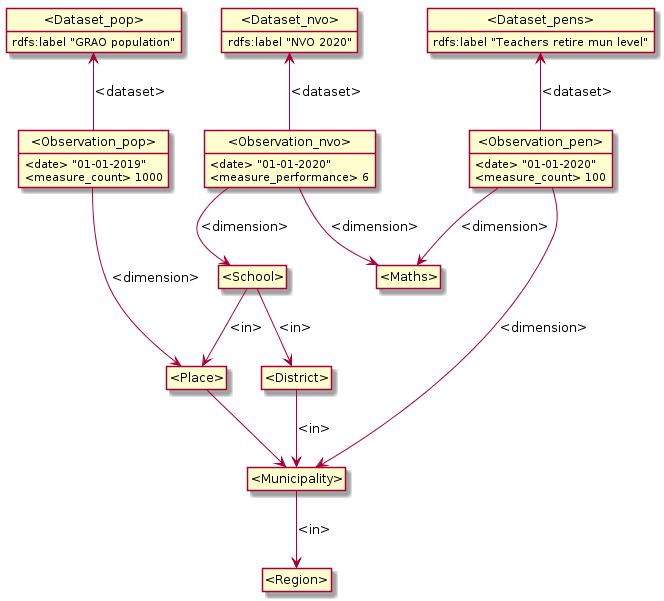
Above: model/high-level.png in data-for-good-bg/semantic-schools (PlantUML), before the change.
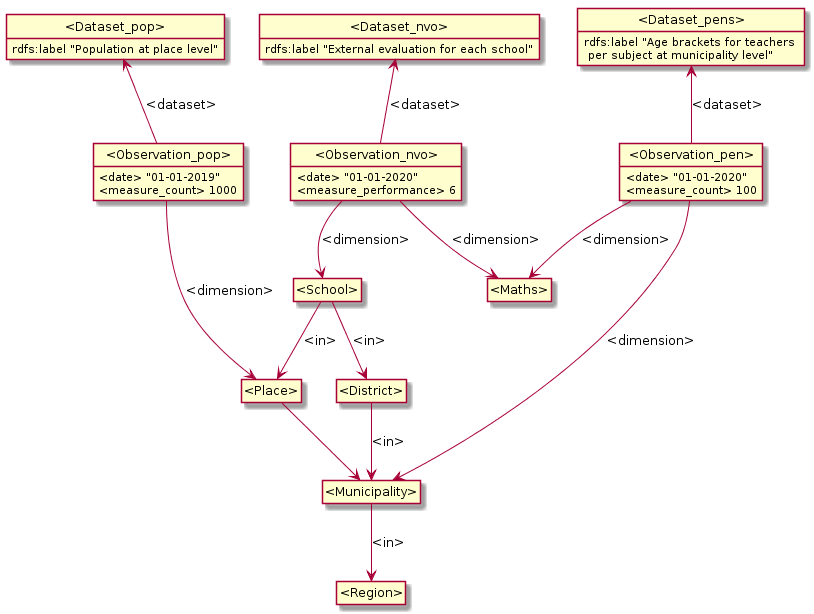
After the change.

The edit, as a diff of the source:
```diff
@@ -3,39 +3,39 @@
 hide empty attributes
 hide circle
 skinparam classAttributeIconSize 0
+class _School_ as "<School>"
+class _District_ as "<District>"
+_School_ -down-> _District_ : <in>
+class _Place_ as "<Place>"
+_School_ -down-> _Place_ : <in>
+class _Municipality_ as "<Municipality>"
+_Place_ -down-> _Municipality_
+class _Observation_nvo_ as "<Observation_nvo>"
+class _Maths_ as "<Maths>"
+_Observation_nvo_ -down-> _Maths_ : <dimension>
+class _Dataset_nvo_ as "<Dataset_nvo>"
+_Observation_nvo_ -up-> _Dataset_nvo_ : <dataset>
+_Observation_nvo_ -down-> _School_ : <dimension>
+_Observation_nvo_ : <date> "01-01-2020"
+_Observation_nvo_ : <measure_performance> 6
+class _Observation_pop_ as "<Observation_pop>"
+_Observation_pop_ -down-> _Place_ : <dimension>
+_Observation_pop_ -right[hidden]-> _Observation_nvo_
 class _Dataset_pop_ as "<Dataset_pop>"
-_Dataset_pop_ : rdfs:label "GRAO population"
-class _Dataset_nvo_ as "<Dataset_nvo>"
-_Dataset_nvo_ : rdfs:label "NVO 2020"
+_Observation_pop_ -up-> _Dataset_pop_ : <dataset>
+_Observation_pop_ : <date> "01-01-2019"
+_Observation_pop_ : <measure_count> 1000
+class _Region_ as "<Region>"
+_Municipality_ -down-> _Region_ : <in>
+_District_ -down-> _Municipality_ : <in>
+_Dataset_pop_ : rdfs:label "Population at place level"
+_Dataset_nvo_ : rdfs:label "External evaluation for each school"
 class _Observation_pen_ as "<Observation_pen>"
-class _Maths_ as "<Maths>"
 _Observation_pen_ -down-> _Maths_ : <dimension>
-class _Municipality_ as "<Municipality>"
 _Observation_pen_ -down-> _Municipality_ : <dimension>
 class _Dataset_pens_ as "<Dataset_pens>"
 _Observation_pen_ -up-> _Dataset_pens_ : <dataset>
 _Observation_pen_ : <date> "01-01-2020"
 _Observation_pen_ : <measure_count> 100
-class _Region_ as "<Region>"
-_Municipality_ -down-> _Region_ : <in>
-class _Observation_pop_ as "<Observation_pop>"
-class _Place_ as "<Place>"
-_Observation_pop_ -down-> _Place_ : <dimension>
-class _Observation_nvo_ as "<Observation_nvo>"
-_Observation_pop_ -right[hidden]-> _Observation_nvo_
-_Observation_pop_ -up-> _Dataset_pop_ : <dataset>
-_Observation_pop_ : <date> "01-01-2019"
-_Observation_pop_ : <measure_count> 1000
-_Place_ -down-> _Municipality_
-class _District_ as "<District>"
-_District_ -down-> _Municipality_ : <in>
-class _School_ as "<School>"
-_Observation_nvo_ -down-> _School_ : <dimension>
-_Observation_nvo_ -up-> _Dataset_nvo_ : <dataset>
-_Observation_nvo_ -down-> _Maths_ : <dimension>
-_Observation_nvo_ : <date> "01-01-2020"
-_Observation_nvo_ : <measure_performance> 6
-_School_ -down-> _District_ : <in>
-_School_ -down-> _Place_ : <in>
-_Dataset_pens_ : rdfs:label "Teachers retire mun level"
+_Dataset_pens_ : rdfs:label "Age brackets for teachers \n per subject at municipality level"
 @enduml
```
